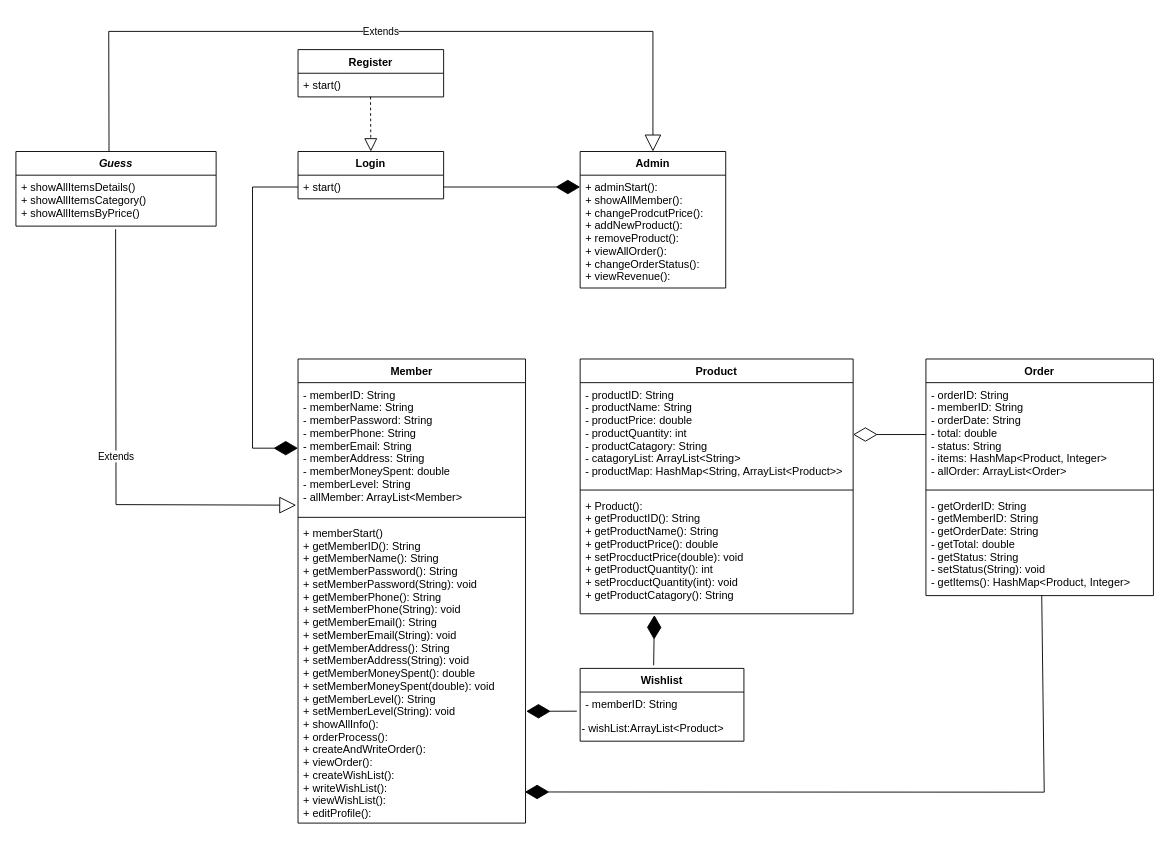
DaoAnhVu1/GroupJava keeps this draw.io diagram as classDiagram.drawio. Above is the earlier version. Source tidied: cells renumbered, new cells numbered last; positions are measured from the earlier drawing's top-left corner, leaving out a move shared by most shapes. Both pictures are drawn from the tidied source at 91%, with x=0, y=0 at pixel (15, 31).
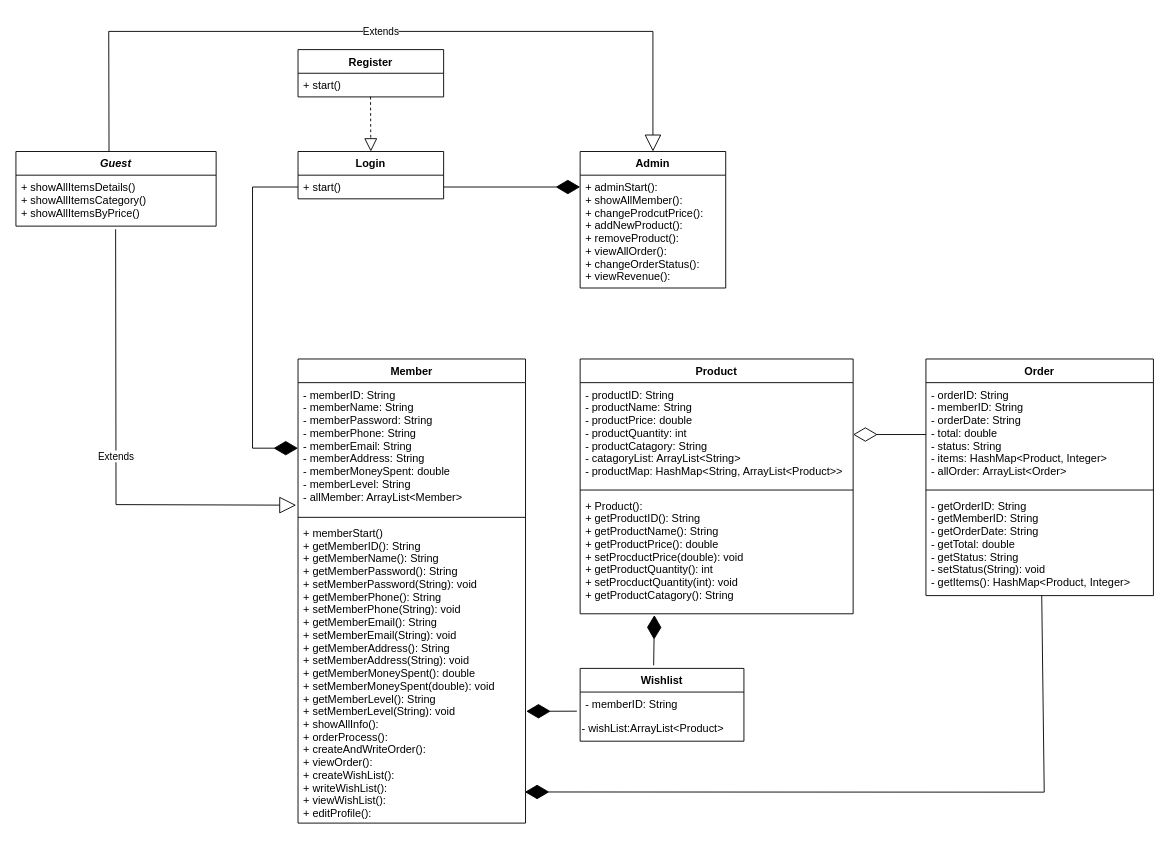
The same page after the edit.

The edit, as a diff of the source:
```diff
@@
-    <mxCell id="20" value="Guess" style="swimlane;fontStyle=3;align=center;verticalAlign=top;horizontal=1;startSize=26;" parent="1" vertex="1">
+    <mxCell id="20" value="Guest" style="swimlane;fontStyle=3;align=center;verticalAlign=top;horizontal=1;startSize=26;" parent="1" vertex="1">
       <mxGeometry y="132" width="220" height="82" as="geometry" />
     </mxCell>
```
